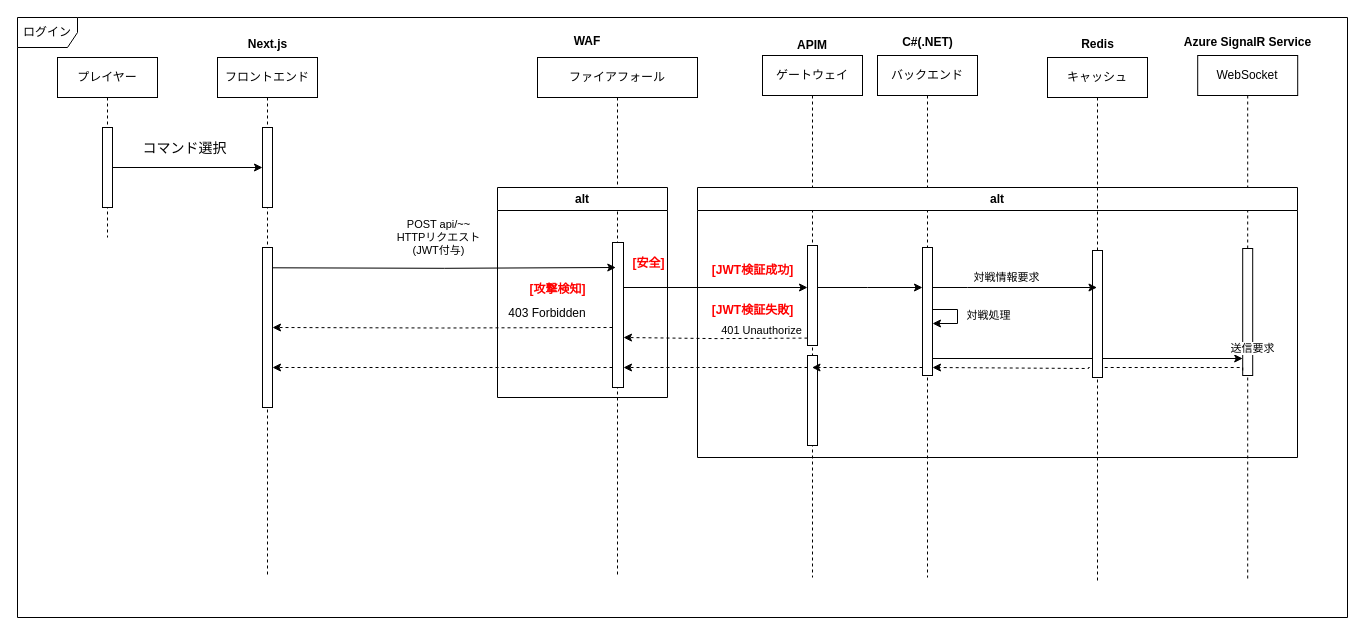
Before: page "CPU対戦" (4 of 4) of docs/UML/シーケンス図.drawio in ayumu203/poke-clone-v3, a draw.io diagram. Source tidied: cells renumbered, new cells numbered last; positions are measured from the earlier drawing's top-left corner, leaving out a move shared by most shapes. Both pictures are drawn from the tidied source at 100%, with x=0, y=0 at pixel (17, 17).
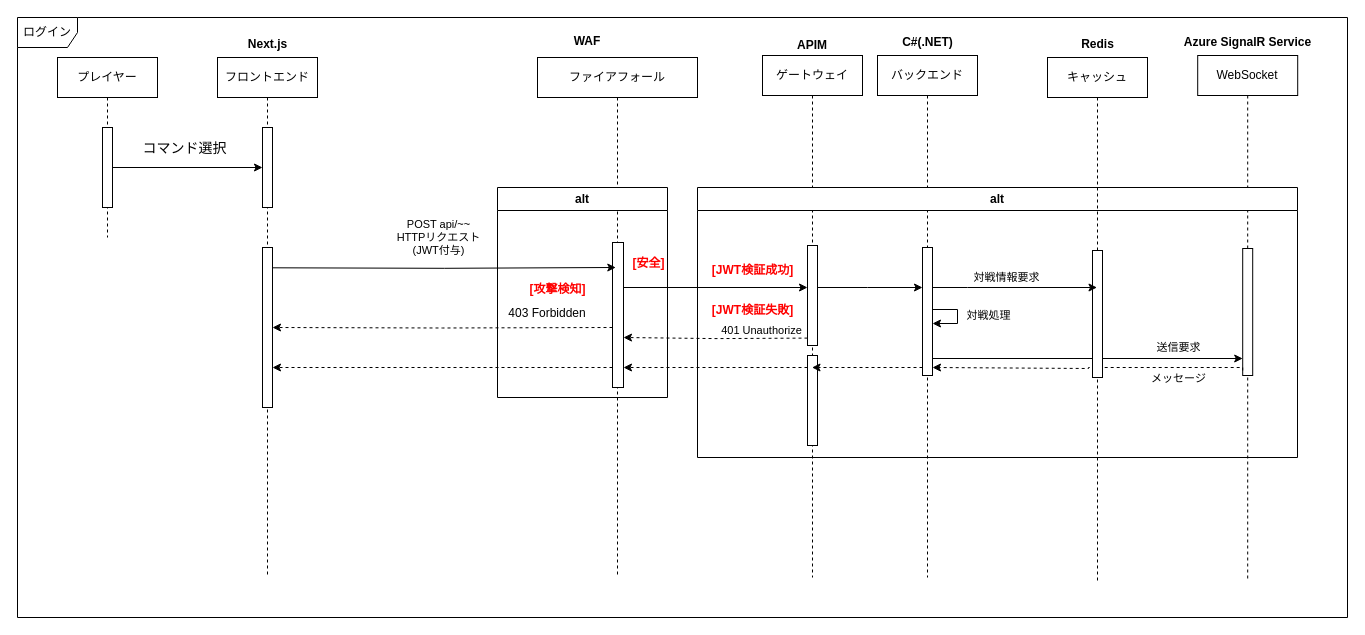
The same diagram, later.

The change refers to these unchanged cells:
```xml
<mxCell id="35" style="edgeStyle=orthogonalEdgeStyle;rounded=0;jettySize=auto;html=1;curved=0;dashed=1;exitX=0;exitY=1;exitDx=0;exitDy=-5;exitPerimeter=0;" parent="1" edge="1" source="13">
  <mxGeometry relative="1" as="geometry">
    <mxPoint x="915" y="350" as="targetPoint" />
    <Array as="points">
      <mxPoint x="1225" y="350" />
      <mxPoint x="1071" y="350" />
      <mxPoint x="915" y="351" />
    </Array>
  </mxGeometry>
</mxCell>
<mxCell id="39" style="edgeStyle=orthogonalEdgeStyle;rounded=0;jettySize=auto;html=1;curved=0;" parent="38" edge="1" target="13">
  <mxGeometry relative="1" as="geometry">
    <mxPoint x="235" y="170" as="sourcePoint" />
    <Array as="points">
      <mxPoint x="235" y="171" />
    </Array>
  </mxGeometry>
</mxCell>
```

The edit, as a diff of the source:
```diff
@@
+    <mxCell id="51" value="メッセージ" style="edgeLabel;html=1;align=center;verticalAlign=middle;" parent="35" vertex="1">
+      <mxGeometry x="-0.6" y="1" relative="1" as="geometry">
+        <mxPoint x="-5" y="9" as="offset" />
+      </mxGeometry>
+    </mxCell>
@@
     <mxCell id="40" value="送信要求" style="edgeLabel;html=1;align=center;verticalAlign=middle;" parent="39" vertex="1">
       <mxGeometry x="-0.01" y="-2" relative="1" as="geometry">
-        <mxPoint x="166" y="-13" as="offset" />
+        <mxPoint x="92" y="-14" as="offset" />
       </mxGeometry>
     </mxCell>
```
